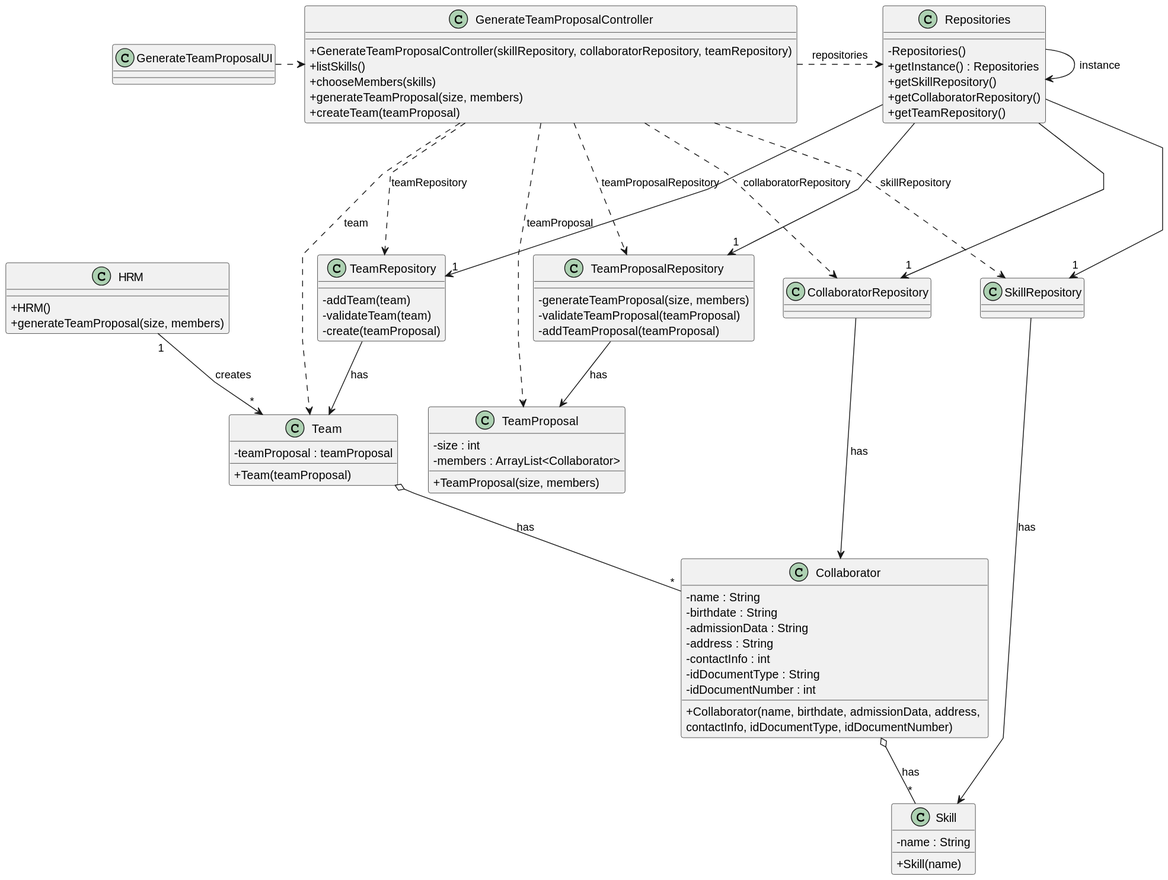
Earlier version of the PlantUML export docs/sprintB/us005/03.design/svg/us005-class-diagram.svg (diogoveirospro/lei-24-s2-1dg-g072).
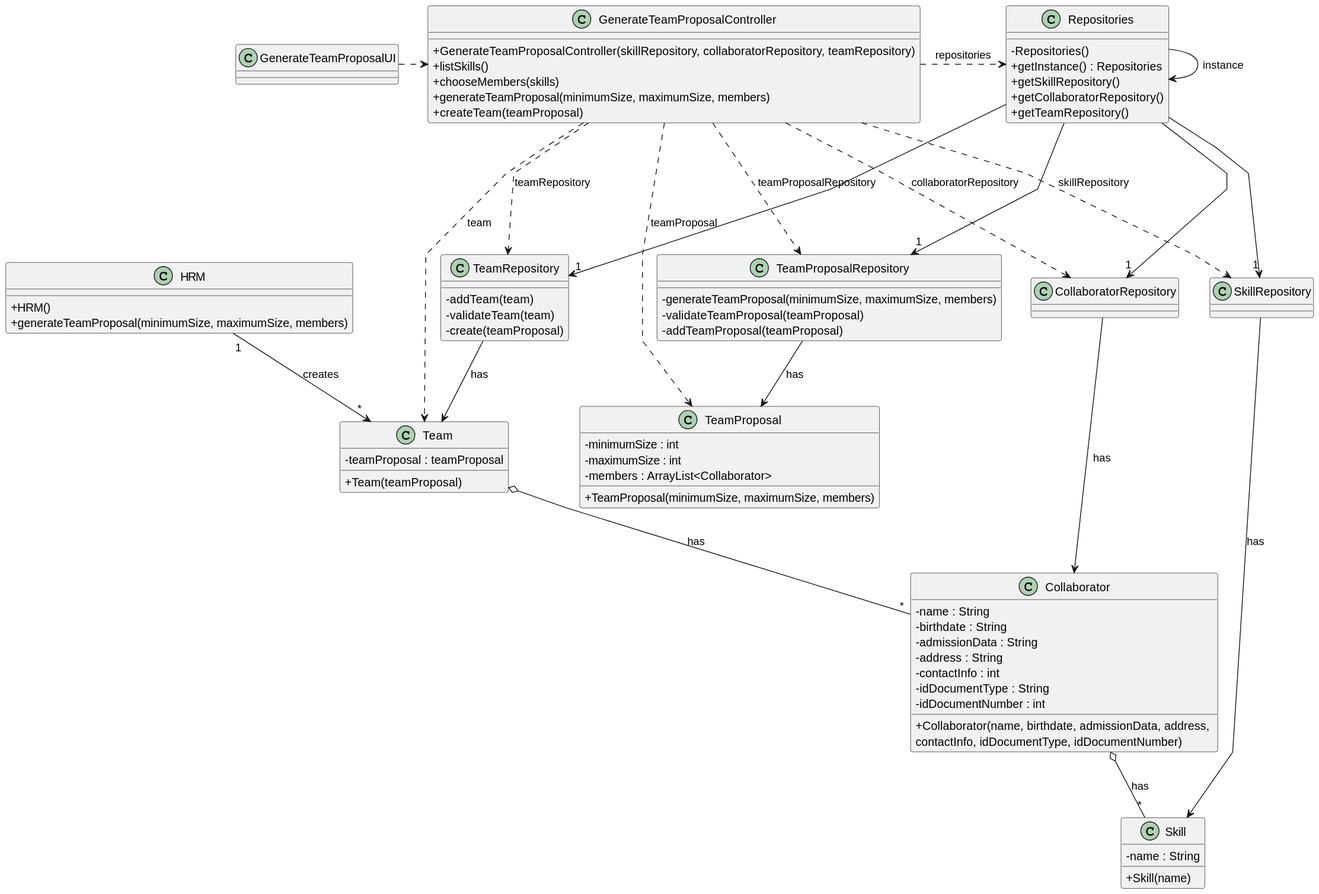
The same diagram one commit later.

The edit, as a diff of the source:
```diff
@@ -8,14 +8,14 @@
 
 class HRM {
     + HRM()
-    + generateTeamProposal(size, members)
+    + generateTeamProposal(minimumSize, maximumSize, members)
 }
 
 class GenerateTeamProposalController {
     + GenerateTeamProposalController(skillRepository, collaboratorRepository, teamRepository)
     + listSkills()
     + chooseMembers(skills)
-    + generateTeamProposal(size, members)
+    + generateTeamProposal(minimumSize, maximumSize, members)
     + createTeam(teamProposal)
 }
 
@@ -41,7 +41,7 @@
 }
 
 class TeamProposalRepository {
-    - generateTeamProposal(size, members)
+    - generateTeamProposal(minimumSize, maximumSize, members)
     - validateTeamProposal(teamProposal)
     - addTeamProposal(teamProposal)
 }
@@ -53,9 +53,10 @@
 }
 
 class TeamProposal {
-    - size : int
+    - minimumSize : int
+    - maximumSize : int
     - members : ArrayList<Collaborator>
-    + TeamProposal(size, members)
+    + TeamProposal(minimumSize, maximumSize, members)
 }
 
 class Team {
```
